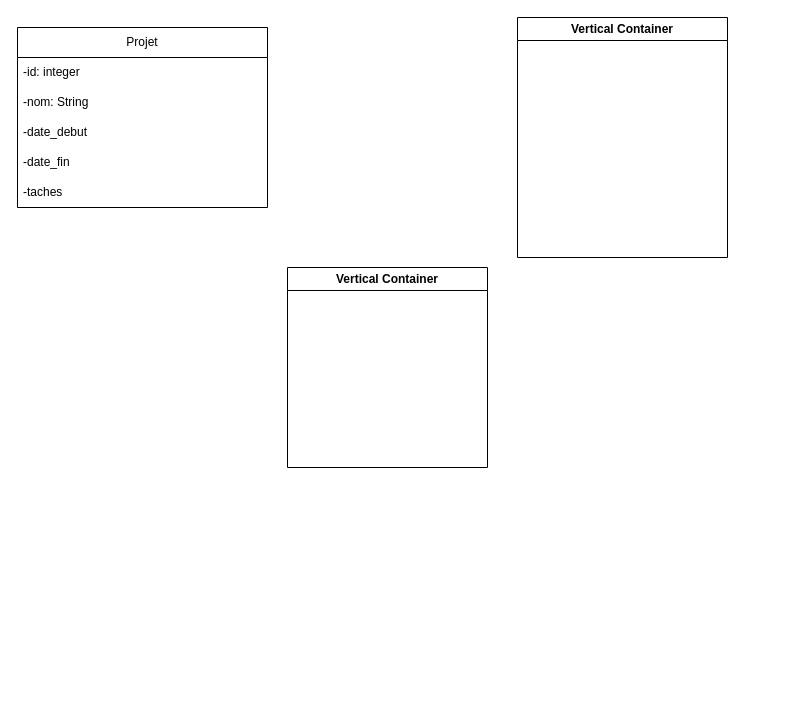
Earlier version of the draw.io diagram Diagramme sans nom.drawio (Anto148/gestion_projet). Source tidied: cells renumbered, new cells numbered last; positions are measured from the earlier drawing's top-left corner, leaving out a move shared by most shapes. Both pictures are drawn from the tidied source at 100%, with x=0, y=0 at pixel (17, 17).
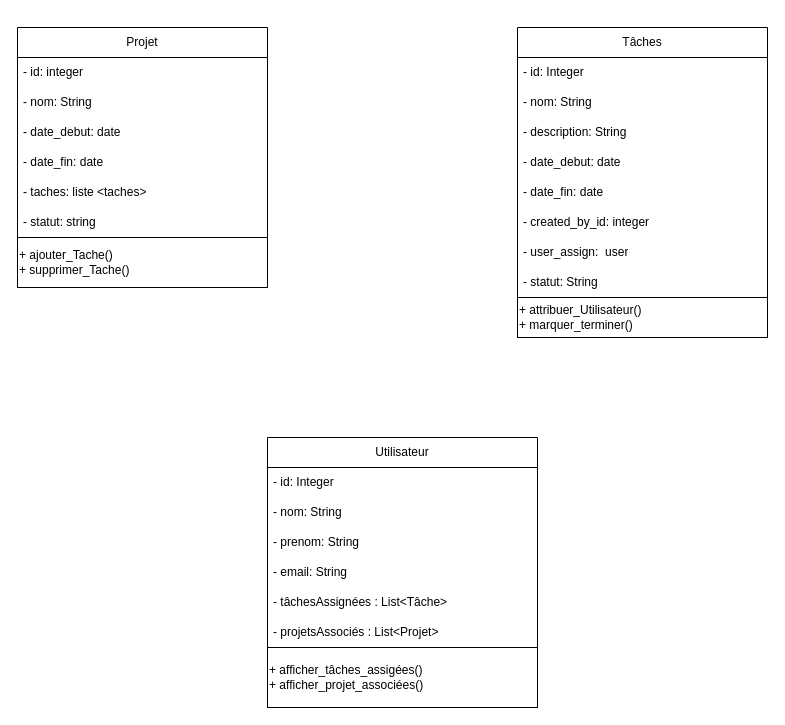
Above is the later version.

What changed in the source:
```diff
@@
-    <mxCell id="2" value="Vertical Container" style="swimlane;whiteSpace=wrap;html=1;" parent="1" vertex="1">
-      <mxGeometry x="500" width="210" height="240" as="geometry" />
-    </mxCell>
-    <mxCell id="3" value="Vertical Container" style="swimlane;whiteSpace=wrap;html=1;" parent="1" vertex="1">
-      <mxGeometry x="270" y="250" width="200" height="200" as="geometry" />
-    </mxCell>
     <mxCell id="4" value="Projet" style="swimlane;fontStyle=0;horizontal=1;startSize=30;whiteSpace=wrap;html=1;" parent="1" vertex="1">
-      <mxGeometry y="10" width="250" height="180" as="geometry" />
+      <mxGeometry y="10" width="250" height="210" as="geometry" />
     </mxCell>
-    <mxCell id="5" value="-id: integer" style="text;strokeColor=none;fillColor=none;align=left;verticalAlign=middle;spacingLeft=4;spacingRight=4;overflow=hidden;whiteSpace=wrap;html=1;" parent="4" vertex="1">
+    <mxCell id="5" value="- id: integer" style="text;strokeColor=none;fillColor=none;align=left;verticalAlign=middle;spacingLeft=4;spacingRight=4;overflow=hidden;whiteSpace=wrap;html=1;" parent="4" vertex="1">
       <mxGeometry y="30" width="250" height="30" as="geometry" />
     </mxCell>
-    <mxCell id="6" value="-nom: String" style="text;strokeColor=none;fillColor=none;align=left;verticalAlign=middle;spacingLeft=4;spacingRight=4;overflow=hidden;whiteSpace=wrap;html=1;" parent="4" vertex="1">
+    <mxCell id="6" value="- nom: String" style="text;strokeColor=none;fillColor=none;align=left;verticalAlign=middle;spacingLeft=4;spacingRight=4;overflow=hidden;whiteSpace=wrap;html=1;" parent="4" vertex="1">
       <mxGeometry y="60" width="250" height="30" as="geometry" />
     </mxCell>
-    <mxCell id="7" value="-date_debut" style="text;strokeColor=none;fillColor=none;align=left;verticalAlign=middle;spacingLeft=4;spacingRight=4;overflow=hidden;whiteSpace=wrap;html=1;" parent="4" vertex="1">
+    <mxCell id="7" value="- date_debut: date" style="text;strokeColor=none;fillColor=none;align=left;verticalAlign=middle;spacingLeft=4;spacingRight=4;overflow=hidden;whiteSpace=wrap;html=1;" parent="4" vertex="1">
       <mxGeometry y="90" width="250" height="30" as="geometry" />
     </mxCell>
-    <mxCell id="8" value="-date_fin" style="text;strokeColor=none;fillColor=none;align=left;verticalAlign=middle;spacingLeft=4;spacingRight=4;overflow=hidden;whiteSpace=wrap;html=1;" parent="4" vertex="1">
+    <mxCell id="8" value="- date_fin: date" style="text;strokeColor=none;fillColor=none;align=left;verticalAlign=middle;spacingLeft=4;spacingRight=4;overflow=hidden;whiteSpace=wrap;html=1;" parent="4" vertex="1">
       <mxGeometry y="120" width="250" height="30" as="geometry" />
     </mxCell>
-    <mxCell id="9" value="-taches" style="text;strokeColor=none;fillColor=none;align=left;verticalAlign=middle;spacingLeft=4;spacingRight=4;overflow=hidden;whiteSpace=wrap;html=1;" parent="4" vertex="1">
+    <mxCell id="9" value="- taches: liste &amp;lt;taches&amp;gt;" style="text;strokeColor=none;fillColor=none;align=left;verticalAlign=middle;spacingLeft=4;spacingRight=4;overflow=hidden;whiteSpace=wrap;html=1;" parent="4" vertex="1">
       <mxGeometry y="150" width="250" height="30" as="geometry" />
     </mxCell>
+    <mxCell id="10" value="- statut: string" style="text;strokeColor=none;fillColor=none;align=left;verticalAlign=middle;spacingLeft=4;spacingRight=4;overflow=hidden;whiteSpace=wrap;html=1;" parent="4" vertex="1">
+      <mxGeometry y="180" width="250" height="30" as="geometry" />
+    </mxCell>
+    <mxCell id="11" value="+ ajouter_Tache()&lt;br&gt;+ supprimer_Tache()" style="rounded=0;whiteSpace=wrap;html=1;align=left;" parent="1" vertex="1">
+      <mxGeometry y="220" width="250" height="50" as="geometry" />
+    </mxCell>
+    <mxCell id="12" value="Tâches" style="swimlane;fontStyle=0;horizontal=1;startSize=30;whiteSpace=wrap;html=1;align=center;" parent="1" vertex="1">
+      <mxGeometry x="500" y="10" width="250" height="310" as="geometry" />
+    </mxCell>
+    <mxCell id="13" value="- id: Integer" style="text;strokeColor=none;fillColor=none;align=left;verticalAlign=middle;spacingLeft=4;spacingRight=4;overflow=hidden;whiteSpace=wrap;html=1;" parent="12" vertex="1">
+      <mxGeometry y="30" width="250" height="30" as="geometry" />
+    </mxCell>
+    <mxCell id="14" value="- nom: String" style="text;strokeColor=none;fillColor=none;align=left;verticalAlign=middle;spacingLeft=4;spacingRight=4;overflow=hidden;whiteSpace=wrap;html=1;" parent="12" vertex="1">
+      <mxGeometry y="60" width="250" height="30" as="geometry" />
+    </mxCell>
+    <mxCell id="15" value="- description: String" style="text;strokeColor=none;fillColor=none;align=left;verticalAlign=middle;spacingLeft=4;spacingRight=4;overflow=hidden;whiteSpace=wrap;html=1;" parent="12" vertex="1">
+      <mxGeometry y="90" width="250" height="30" as="geometry" />
+    </mxCell>
+    <mxCell id="16" value="- date_debut: date" style="text;strokeColor=none;fillColor=none;align=left;verticalAlign=middle;spacingLeft=4;spacingRight=4;overflow=hidden;whiteSpace=wrap;html=1;" parent="12" vertex="1">
+      <mxGeometry y="120" width="250" height="30" as="geometry" />
+    </mxCell>
+    <mxCell id="17" value="- date_fin: date" style="text;strokeColor=none;fillColor=none;align=left;verticalAlign=middle;spacingLeft=4;spacingRight=4;overflow=hidden;whiteSpace=wrap;html=1;" parent="12" vertex="1">
+      <mxGeometry y="150" width="250" height="30" as="geometry" />
+    </mxCell>
+    <mxCell id="18" value="- created_by_id: integer" style="text;strokeColor=none;fillColor=none;align=left;verticalAlign=middle;spacingLeft=4;spacingRight=4;overflow=hidden;whiteSpace=wrap;html=1;" parent="12" vertex="1">
+      <mxGeometry y="180" width="250" height="30" as="geometry" />
+    </mxCell>
+    <mxCell id="19" value="- user_assign:&amp;nbsp; user" style="text;strokeColor=none;fillColor=none;align=left;verticalAlign=middle;spacingLeft=4;spacingRight=4;overflow=hidden;whiteSpace=wrap;html=1;" parent="12" vertex="1">
+      <mxGeometry y="210" width="250" height="30" as="geometry" />
+    </mxCell>
+    <mxCell id="20" value="- statut: String" style="text;strokeColor=none;fillColor=none;align=left;verticalAlign=middle;spacingLeft=4;spacingRight=4;overflow=hidden;whiteSpace=wrap;html=1;" parent="12" vertex="1">
+      <mxGeometry y="240" width="250" height="30" as="geometry" />
+    </mxCell>
+    <mxCell id="21" value="+ attribuer_Utilisateur()&lt;br&gt;+ marquer_terminer()" style="rounded=0;whiteSpace=wrap;html=1;align=left;" parent="12" vertex="1">
+      <mxGeometry y="270" width="250" height="40" as="geometry" />
+    </mxCell>
+    <mxCell id="22" value="Utilisateur" style="swimlane;fontStyle=0;horizontal=1;startSize=30;whiteSpace=wrap;html=1;" parent="1" vertex="1">
+      <mxGeometry x="250" y="420" width="270" height="210" as="geometry" />
+    </mxCell>
+    <mxCell id="23" value="- id: Integer" style="text;strokeColor=none;fillColor=none;align=left;verticalAlign=middle;spacingLeft=4;spacingRight=4;overflow=hidden;whiteSpace=wrap;html=1;" parent="22" vertex="1">
+      <mxGeometry y="30" width="270" height="30" as="geometry" />
+    </mxCell>
+    <mxCell id="24" value="- nom: String" style="text;strokeColor=none;fillColor=none;align=left;verticalAlign=middle;spacingLeft=4;spacingRight=4;overflow=hidden;whiteSpace=wrap;html=1;" parent="22" vertex="1">
+      <mxGeometry y="60" width="270" height="30" as="geometry" />
+    </mxCell>
+    <mxCell id="25" value="- prenom: String" style="text;strokeColor=none;fillColor=none;align=left;verticalAlign=middle;spacingLeft=4;spacingRight=4;overflow=hidden;whiteSpace=wrap;html=1;" parent="22" vertex="1">
+      <mxGeometry y="90" width="270" height="30" as="geometry" />
+    </mxCell>
+    <mxCell id="26" value="- email: String" style="text;strokeColor=none;fillColor=none;align=left;verticalAlign=middle;spacingLeft=4;spacingRight=4;overflow=hidden;whiteSpace=wrap;html=1;" parent="22" vertex="1">
+      <mxGeometry y="120" width="270" height="30" as="geometry" />
+    </mxCell>
+    <mxCell id="27" value="- tâchesAssignées : List&amp;lt;Tâche&amp;gt;  " style="text;strokeColor=none;fillColor=none;align=left;verticalAlign=middle;spacingLeft=4;spacingRight=4;overflow=hidden;whiteSpace=wrap;html=1;" parent="22" vertex="1">
+      <mxGeometry y="150" width="270" height="30" as="geometry" />
+    </mxCell>
+    <mxCell id="28" value="- projetsAssociés : List&amp;lt;Projet&amp;gt;" style="text;strokeColor=none;fillColor=none;align=left;verticalAlign=middle;spacingLeft=4;spacingRight=4;overflow=hidden;whiteSpace=wrap;html=1;" parent="22" vertex="1">
+      <mxGeometry y="180" width="270" height="30" as="geometry" />
+    </mxCell>
+    <mxCell id="29" value="+ afficher_tâches_assigées()&lt;br&gt;+ afficher_projet_associées()" style="rounded=0;whiteSpace=wrap;html=1;align=left;" parent="1" vertex="1">
+      <mxGeometry x="250" y="630" width="270" height="60" as="geometry" />
+    </mxCell>
```
